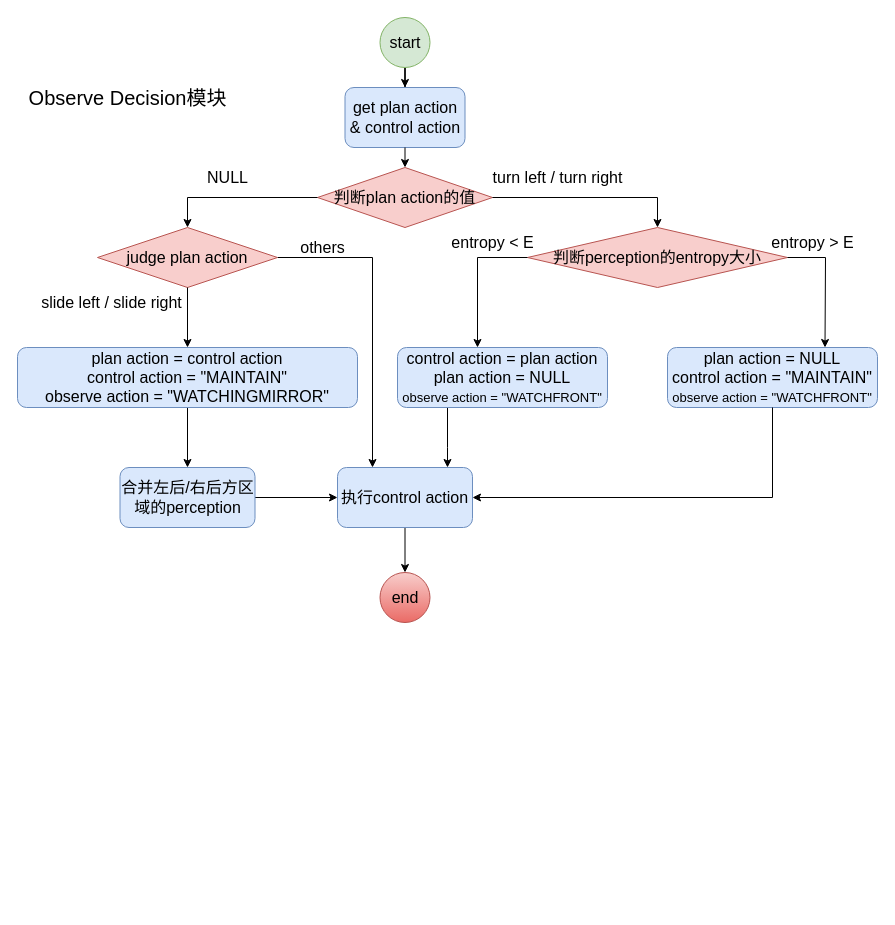
The draw.io diagram page "第 1 页" (1 of 4) of ADAS/未命名绘图.drawio in SlidingEagle/draw.io, before the edit. Source tidied: cells renumbered, new cells numbered last; positions are measured from the earlier drawing's top-left corner, leaving out a move shared by most shapes. Both pictures are drawn from the tidied source at 100%, with x=0, y=0 at pixel (17, 17).
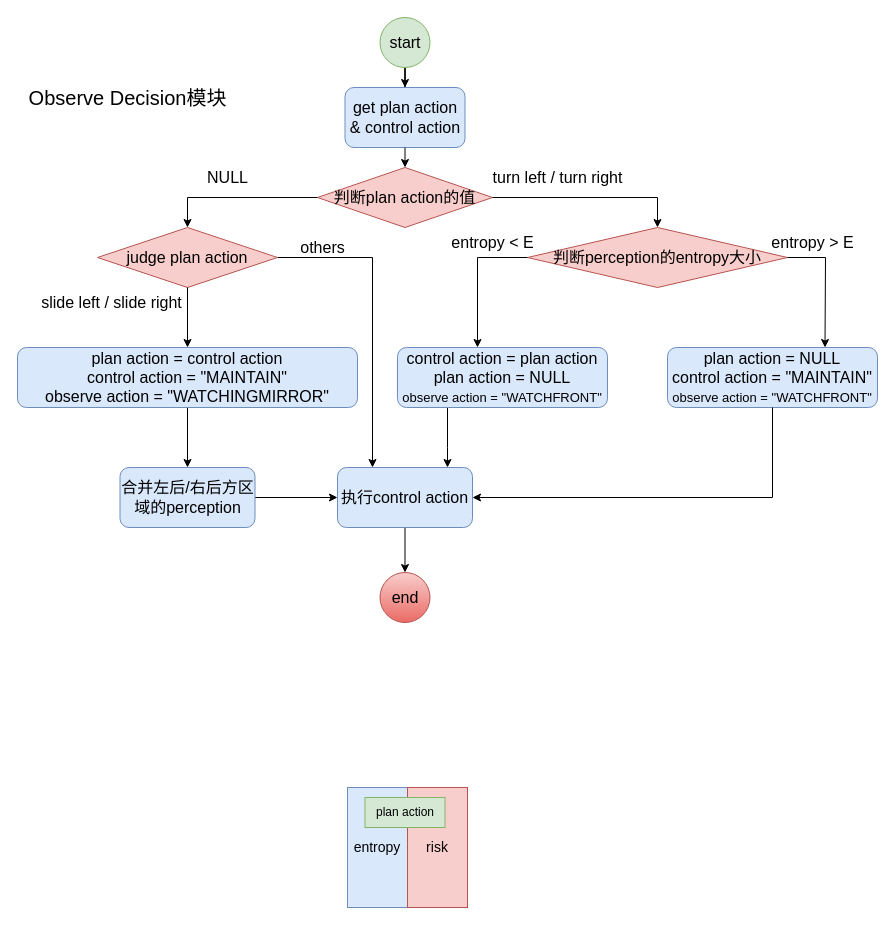
The same diagram, later.

What changed in the source:
```diff
@@
+    <mxCell id="33" value="&lt;font style=&quot;font-size: 14px;&quot;&gt;entropy&lt;/font&gt;" style="rounded=0;whiteSpace=wrap;html=1;rotation=90;horizontal=0;fillColor=#dae8fc;strokeColor=#6c8ebf;" parent="1" vertex="1">
+      <mxGeometry x="300" y="800" width="120" height="60" as="geometry" />
+    </mxCell>
+    <mxCell id="34" value="&lt;font style=&quot;font-size: 14px;&quot;&gt;risk&lt;/font&gt;" style="rounded=0;whiteSpace=wrap;html=1;rotation=90;fontStyle=0;horizontal=0;fillColor=#f8cecc;strokeColor=#b85450;" parent="1" vertex="1">
+      <mxGeometry x="360" y="800" width="120" height="60" as="geometry" />
+    </mxCell>
+    <mxCell id="35" value="plan action" style="rounded=0;whiteSpace=wrap;html=1;fillColor=#d5e8d4;strokeColor=#82b366;" parent="1" vertex="1">
+      <mxGeometry x="347.5" y="780" width="80" height="30" as="geometry" />
+    </mxCell>
```
